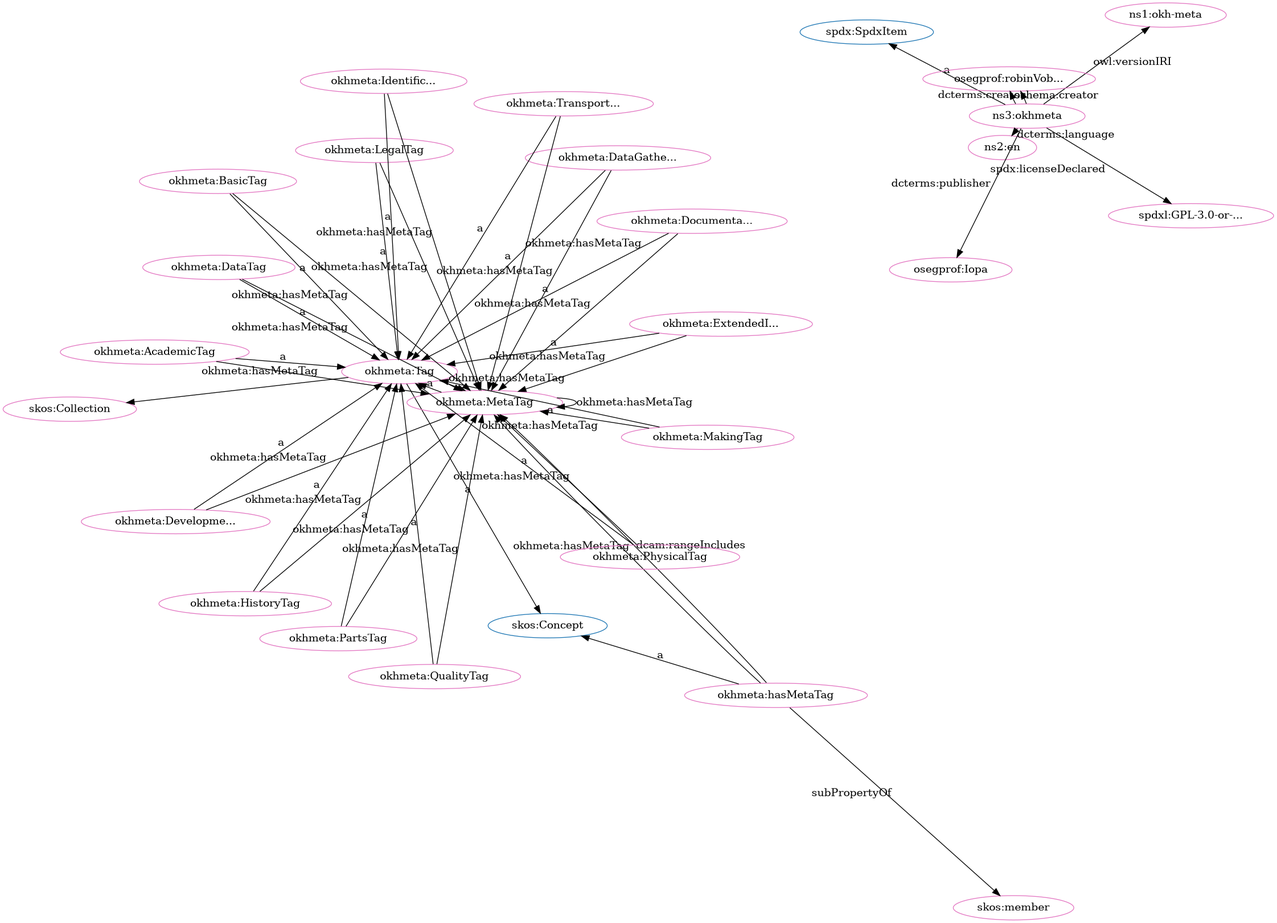
This is src/spec/dot_okh-meta-clean.png from iop-alliance/OpenKnowHow, a Graphviz export, as it was before one commit. Its source is kept beside it as src/spec/dot_okh-meta-clean.dot.
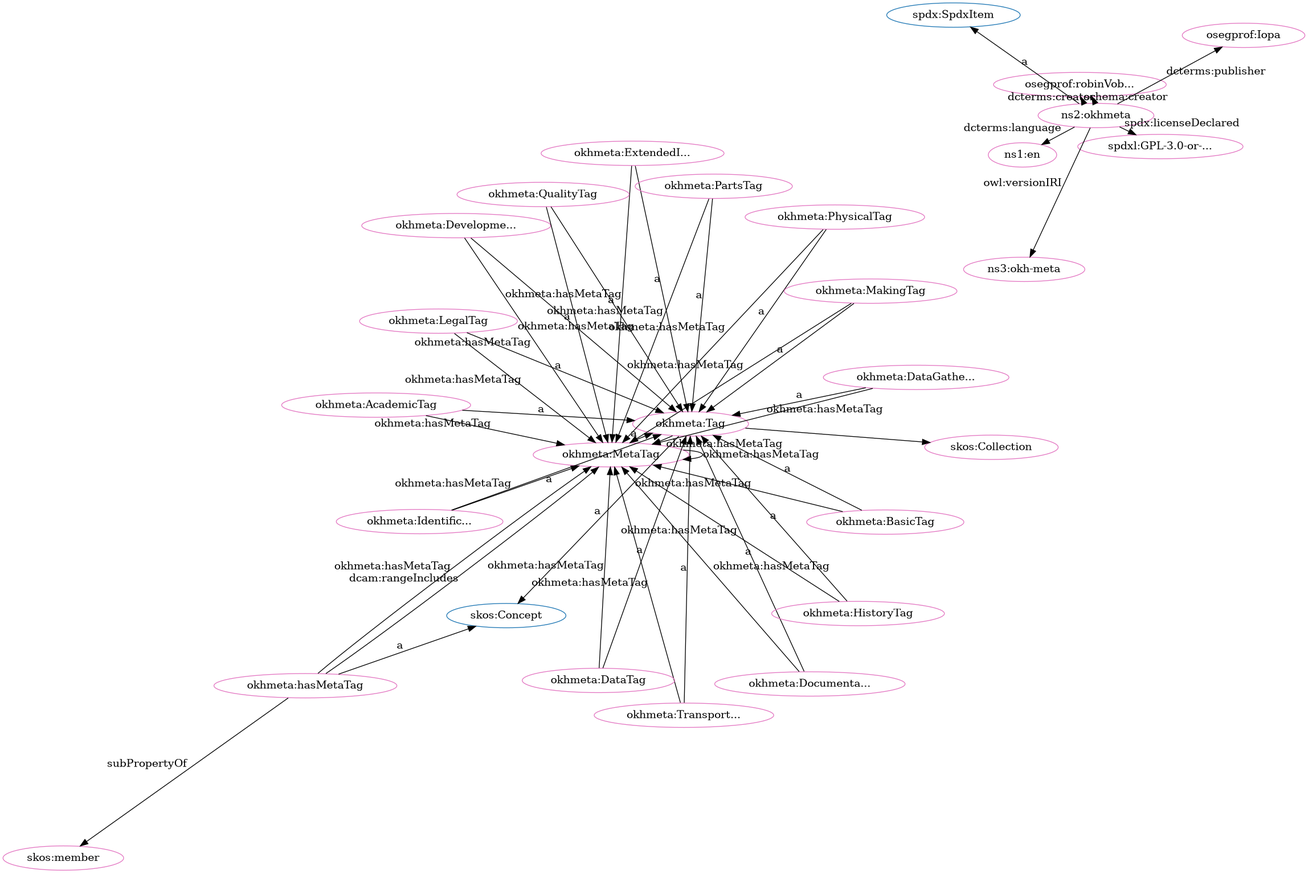
The same file after the commit.

What changed in the source:
```diff
@@ -1,80 +1,80 @@
 digraph G {
   rankdir=BT
   node[height=.3]
+"http://www.w3.org/2004/02/skos/core#Concept" [fillcolor="#1f77b4" color="#1f77b4" label="skos:Concept"]
 "http://www.w3.org/2004/02/skos/core#Collection" [fillcolor="#1f77b4" color="#1f77b4" label="skos:Collection"]
+"http://w3id.org/oseg/ont/okhmeta#Tag" [fillcolor="#1f77b4" color="#1f77b4" label="okhmeta:Tag"]
 "http://spdx.org/rdf/terms#SpdxItem" [fillcolor="#1f77b4" color="#1f77b4" label="spdx:SpdxItem"]
-"http://w3id.org/oseg/ont/okhmeta#Tag" [fillcolor="#1f77b4" color="#1f77b4" label="okhmeta:Tag"]
-"http://www.w3.org/2004/02/skos/core#Concept" [fillcolor="#1f77b4" color="#1f77b4" label="skos:Concept"]
+"http://spdx.org/licenses/GPL-3.0-or-later" [fillcolor="#e377c2" color="#e377c2" label="spdxl:GPL-3.0-or-..."]
 "http://w3id.org/oseg/ont/okhmeta#MetaTag" [fillcolor="#e377c2" color="#e377c2" label="okhmeta:MetaTag"]
 "http://w3id.org/oseg/ont/okhmeta#hasMetaTag" [fillcolor="#e377c2" color="#e377c2" label="okhmeta:hasMetaTag"]
-"http://w3id.org/oseg/ont/okhmeta#DocumentationTag" [fillcolor="#e377c2" color="#e377c2" label="okhmeta:Documenta..."]
-"http://w3id.org/oseg/ont/okhmeta#HistoryTag" [fillcolor="#e377c2" color="#e377c2" label="okhmeta:HistoryTag"]
-"http://www.w3.org/2004/02/skos/core#member" [fillcolor="#e377c2" color="#e377c2" label="skos:member"]
-"http://w3id.org/oseg/ont/okhmeta#PartsTag" [fillcolor="#e377c2" color="#e377c2" label="okhmeta:PartsTag"]
-"http://w3id.org/oseg/ont/1.1.0/okh-meta" [fillcolor="#e377c2" color="#e377c2" label="ns1:okh-meta"]
+"http://w3id.org/oseg/ont/okhmeta#PhysicalTag" [fillcolor="#e377c2" color="#e377c2" label="okhmeta:PhysicalTag"]
 "http://w3id.org/oseg/ont/okhmeta#LegalTag" [fillcolor="#e377c2" color="#e377c2" label="okhmeta:LegalTag"]
-"http://w3id.org/oseg/ont/okhmeta#MakingTag" [fillcolor="#e377c2" color="#e377c2" label="okhmeta:MakingTag"]
-"http://w3id.org/oseg/ont/okhmeta#BasicTag" [fillcolor="#e377c2" color="#e377c2" label="okhmeta:BasicTag"]
+"http://w3id.org/oseg/ont/okhmeta#TransportationTag" [fillcolor="#e377c2" color="#e377c2" label="okhmeta:Transport..."]
+"http://id.loc.gov/vocabulary/iso639-1/en" [fillcolor="#e377c2" color="#e377c2" label="ns1:en"]
 "http://w3id.org/oseg/ont/okhmeta#Tag" [fillcolor="#e377c2" color="#e377c2" label="okhmeta:Tag"]
-"http://id.loc.gov/vocabulary/iso639-1/en" [fillcolor="#e377c2" color="#e377c2" label="ns2:en"]
-"http://w3id.org/oseg/ont/okhmeta#DataGatheringTag" [fillcolor="#e377c2" color="#e377c2" label="okhmeta:DataGathe..."]
-"http://w3id.org/oseg/ont/okhmeta#TransportationTag" [fillcolor="#e377c2" color="#e377c2" label="okhmeta:Transport..."]
-"http://w3id.org/oseg/ont/okhmeta#IdentificationTag" [fillcolor="#e377c2" color="#e377c2" label="okhmeta:Identific..."]
-"http://w3id.org/oseg/ont/okhmeta#QualityTag" [fillcolor="#e377c2" color="#e377c2" label="okhmeta:QualityTag"]
-"http://w3id.org/oseg/ont/okhmeta" [fillcolor="#e377c2" color="#e377c2" label="ns3:okhmeta"]
-"http://spdx.org/licenses/GPL-3.0-or-later" [fillcolor="#e377c2" color="#e377c2" label="spdxl:GPL-3.0-or-..."]
-"http://w3id.org/oseg/ont/okhmeta#ExtendedInfoTag" [fillcolor="#e377c2" color="#e377c2" label="okhmeta:ExtendedI..."]
-"http://w3id.org/oseg/ont/oseg-profiles#robinVobruba" [fillcolor="#e377c2" color="#e377c2" label="osegprof:robinVob..."]
 "http://w3id.org/oseg/ont/okhmeta#AcademicTag" [fillcolor="#e377c2" color="#e377c2" label="okhmeta:AcademicTag"]
 "http://w3id.org/oseg/ont/okhmeta#DevelopmentTag" [fillcolor="#e377c2" color="#e377c2" label="okhmeta:Developme..."]
+"http://w3id.org/oseg/ont/oseg-profiles#robinVobruba" [fillcolor="#e377c2" color="#e377c2" label="osegprof:robinVob..."]
+"http://www.w3.org/2004/02/skos/core#Collection" [fillcolor="#e377c2" color="#e377c2" label="skos:Collection"]
+"http://w3id.org/oseg/ont/okhmeta#DocumentationTag" [fillcolor="#e377c2" color="#e377c2" label="okhmeta:Documenta..."]
+"http://www.w3.org/2004/02/skos/core#member" [fillcolor="#e377c2" color="#e377c2" label="skos:member"]
+"http://w3id.org/oseg/ont/okhmeta#HistoryTag" [fillcolor="#e377c2" color="#e377c2" label="okhmeta:HistoryTag"]
+"http://w3id.org/oseg/ont/okhmeta" [fillcolor="#e377c2" color="#e377c2" label="ns2:okhmeta"]
+"http://w3id.org/oseg/ont/okhmeta#DataGatheringTag" [fillcolor="#e377c2" color="#e377c2" label="okhmeta:DataGathe..."]
+"http://w3id.org/oseg/ont/okhmeta#BasicTag" [fillcolor="#e377c2" color="#e377c2" label="okhmeta:BasicTag"]
 "http://w3id.org/oseg/ont/oseg-profiles#Iopa" [fillcolor="#e377c2" color="#e377c2" label="osegprof:Iopa"]
+"http://w3id.org/oseg/ont/okhmeta#MakingTag" [fillcolor="#e377c2" color="#e377c2" label="okhmeta:MakingTag"]
 "http://w3id.org/oseg/ont/okhmeta#DataTag" [fillcolor="#e377c2" color="#e377c2" label="okhmeta:DataTag"]
-"http://www.w3.org/2004/02/skos/core#Collection" [fillcolor="#e377c2" color="#e377c2" label="skos:Collection"]
-"http://w3id.org/oseg/ont/okhmeta#PhysicalTag" [fillcolor="#e377c2" color="#e377c2" label="okhmeta:PhysicalTag"]
-  "http://w3id.org/oseg/ont/okhmeta#MetaTag" -> "http://w3id.org/oseg/ont/okhmeta#Tag" [label="a"]
+"http://w3id.org/oseg/ont/okhmeta#ExtendedInfoTag" [fillcolor="#e377c2" color="#e377c2" label="okhmeta:ExtendedI..."]
+"http://w3id.org/oseg/ont/okhmeta#PartsTag" [fillcolor="#e377c2" color="#e377c2" label="okhmeta:PartsTag"]
+"http://w3id.org/oseg/ont/1.1.0/okh-meta" [fillcolor="#e377c2" color="#e377c2" label="ns3:okh-meta"]
+"http://w3id.org/oseg/ont/okhmeta#QualityTag" [fillcolor="#e377c2" color="#e377c2" label="okhmeta:QualityTag"]
+"http://w3id.org/oseg/ont/okhmeta#IdentificationTag" [fillcolor="#e377c2" color="#e377c2" label="okhmeta:Identific..."]
+  "http://w3id.org/oseg/ont/okhmeta" -> "http://spdx.org/licenses/GPL-3.0-or-later" [label="spdx:licenseDeclared"]
+  "http://w3id.org/oseg/ont/okhmeta#BasicTag" -> "http://w3id.org/oseg/ont/okhmeta#MetaTag" [label="okhmeta:hasMetaTag"]
+  "http://w3id.org/oseg/ont/okhmeta#MakingTag" -> "http://w3id.org/oseg/ont/okhmeta#MetaTag" [label="okhmeta:hasMetaTag"]
+  "http://w3id.org/oseg/ont/okhmeta#DataTag" -> "http://w3id.org/oseg/ont/okhmeta#MetaTag" [label="okhmeta:hasMetaTag"]
+  "http://w3id.org/oseg/ont/okhmeta#TransportationTag" -> "http://w3id.org/oseg/ont/okhmeta#Tag" [label="a"]
+  "http://w3id.org/oseg/ont/okhmeta" -> "http://id.loc.gov/vocabulary/iso639-1/en" [label="dcterms:language"]
+  "http://w3id.org/oseg/ont/okhmeta#Tag" -> "http://www.w3.org/2004/02/skos/core#Concept" [label="a"]
   "http://w3id.org/oseg/ont/okhmeta#IdentificationTag" -> "http://w3id.org/oseg/ont/okhmeta#MetaTag" [label="okhmeta:hasMetaTag"]
+  "http://w3id.org/oseg/ont/okhmeta#AcademicTag" -> "http://w3id.org/oseg/ont/okhmeta#Tag" [label="a"]
+  "http://w3id.org/oseg/ont/okhmeta" -> "http://w3id.org/oseg/ont/oseg-profiles#robinVobruba" [label="schema:creator"]
+  "http://w3id.org/oseg/ont/okhmeta#DocumentationTag" -> "http://w3id.org/oseg/ont/okhmeta#Tag" [label="a"]
   "http://w3id.org/oseg/ont/okhmeta#MetaTag" -> "http://w3id.org/oseg/ont/okhmeta#MetaTag" [label="okhmeta:hasMetaTag"]
   "http://w3id.org/oseg/ont/okhmeta#hasMetaTag" -> "http://www.w3.org/2004/02/skos/core#member" [label="subPropertyOf"]
+  "http://w3id.org/oseg/ont/okhmeta" -> "http://spdx.org/rdf/terms#SpdxItem" [label="a"]
+  "http://w3id.org/oseg/ont/okhmeta#DataGatheringTag" -> "http://w3id.org/oseg/ont/okhmeta#Tag" [label="a"]
+  "http://w3id.org/oseg/ont/okhmeta#ExtendedInfoTag" -> "http://w3id.org/oseg/ont/okhmeta#MetaTag" [label="okhmeta:hasMetaTag"]
+  "http://w3id.org/oseg/ont/okhmeta#TransportationTag" -> "http://w3id.org/oseg/ont/okhmeta#MetaTag" [label="okhmeta:hasMetaTag"]
+  "http://w3id.org/oseg/ont/okhmeta" -> "http://w3id.org/oseg/ont/oseg-profiles#robinVobruba" [label="dcterms:creator"]
+  "http://w3id.org/oseg/ont/okhmeta#AcademicTag" -> "http://w3id.org/oseg/ont/okhmeta#MetaTag" [label="okhmeta:hasMetaTag"]
+  "http://w3id.org/oseg/ont/okhmeta" -> "http://w3id.org/oseg/ont/oseg-profiles#Iopa" [label="dcterms:publisher"]
+  "http://w3id.org/oseg/ont/okhmeta#ExtendedInfoTag" -> "http://w3id.org/oseg/ont/okhmeta#Tag" [label="a"]
+  "http://w3id.org/oseg/ont/okhmeta#DocumentationTag" -> "http://w3id.org/oseg/ont/okhmeta#MetaTag" [label="okhmeta:hasMetaTag"]
+  "http://w3id.org/oseg/ont/okhmeta#QualityTag" -> "http://w3id.org/oseg/ont/okhmeta#Tag" [label="a"]
+  "http://w3id.org/oseg/ont/okhmeta#DataGatheringTag" -> "http://w3id.org/oseg/ont/okhmeta#MetaTag" [label="okhmeta:hasMetaTag"]
+  "http://w3id.org/oseg/ont/okhmeta#PhysicalTag" -> "http://w3id.org/oseg/ont/okhmeta#MetaTag" [label="okhmeta:hasMetaTag"]
+  "http://w3id.org/oseg/ont/okhmeta#hasMetaTag" -> "http://www.w3.org/2004/02/skos/core#Concept" [label="a"]
+  "http://w3id.org/oseg/ont/okhmeta#hasMetaTag" -> "http://w3id.org/oseg/ont/okhmeta#MetaTag" [label="okhmeta:hasMetaTag"]
+  "http://w3id.org/oseg/ont/okhmeta#PhysicalTag" -> "http://w3id.org/oseg/ont/okhmeta#Tag" [label="a"]
+  "http://w3id.org/oseg/ont/okhmeta#LegalTag" -> "http://w3id.org/oseg/ont/okhmeta#Tag" [label="a"]
+  "http://w3id.org/oseg/ont/okhmeta#Tag" -> "http://w3id.org/oseg/ont/okhmeta#MetaTag" [label="okhmeta:hasMetaTag"]
+  "http://w3id.org/oseg/ont/okhmeta#QualityTag" -> "http://w3id.org/oseg/ont/okhmeta#MetaTag" [label="okhmeta:hasMetaTag"]
+  "http://w3id.org/oseg/ont/okhmeta#hasMetaTag" -> "http://w3id.org/oseg/ont/okhmeta#MetaTag" [label="dcam:rangeIncludes"]
+  "http://w3id.org/oseg/ont/okhmeta#DevelopmentTag" -> "http://w3id.org/oseg/ont/okhmeta#Tag" [label="a"]
+  "http://w3id.org/oseg/ont/okhmeta#Tag" -> "http://www.w3.org/2004/02/skos/core#Collection" [label=""]
+  "http://w3id.org/oseg/ont/okhmeta#HistoryTag" -> "http://w3id.org/oseg/ont/okhmeta#Tag" [label="a"]
+  "http://w3id.org/oseg/ont/okhmeta#BasicTag" -> "http://w3id.org/oseg/ont/okhmeta#Tag" [label="a"]
+  "http://w3id.org/oseg/ont/okhmeta#LegalTag" -> "http://w3id.org/oseg/ont/okhmeta#MetaTag" [label="okhmeta:hasMetaTag"]
+  "http://w3id.org/oseg/ont/okhmeta#PartsTag" -> "http://w3id.org/oseg/ont/okhmeta#MetaTag" [label="okhmeta:hasMetaTag"]
+  "http://w3id.org/oseg/ont/okhmeta#MetaTag" -> "http://w3id.org/oseg/ont/okhmeta#Tag" [label="a"]
+  "http://w3id.org/oseg/ont/okhmeta#MakingTag" -> "http://w3id.org/oseg/ont/okhmeta#Tag" [label="a"]
+  "http://w3id.org/oseg/ont/okhmeta#DataTag" -> "http://w3id.org/oseg/ont/okhmeta#Tag" [label="a"]
   "http://w3id.org/oseg/ont/okhmeta#PartsTag" -> "http://w3id.org/oseg/ont/okhmeta#Tag" [label="a"]
+  "http://w3id.org/oseg/ont/okhmeta#DevelopmentTag" -> "http://w3id.org/oseg/ont/okhmeta#MetaTag" [label="okhmeta:hasMetaTag"]
   "http://w3id.org/oseg/ont/okhmeta" -> "http://w3id.org/oseg/ont/1.1.0/okh-meta" [label="owl:versionIRI"]
-  "http://w3id.org/oseg/ont/okhmeta#LegalTag" -> "http://w3id.org/oseg/ont/okhmeta#Tag" [label="a"]
-  "http://w3id.org/oseg/ont/okhmeta#LegalTag" -> "http://w3id.org/oseg/ont/okhmeta#MetaTag" [label="okhmeta:hasMetaTag"]
-  "http://w3id.org/oseg/ont/okhmeta#DevelopmentTag" -> "http://w3id.org/oseg/ont/okhmeta#MetaTag" [label="okhmeta:hasMetaTag"]
-  "http://w3id.org/oseg/ont/okhmeta#MakingTag" -> "http://w3id.org/oseg/ont/okhmeta#Tag" [label="a"]
-  "http://w3id.org/oseg/ont/okhmeta#Tag" -> "http://www.w3.org/2004/02/skos/core#Concept" [label="a"]
-  "http://w3id.org/oseg/ont/okhmeta" -> "http://id.loc.gov/vocabulary/iso639-1/en" [label="dcterms:language"]
+  "http://w3id.org/oseg/ont/okhmeta#HistoryTag" -> "http://w3id.org/oseg/ont/okhmeta#MetaTag" [label="okhmeta:hasMetaTag"]
   "http://w3id.org/oseg/ont/okhmeta#IdentificationTag" -> "http://w3id.org/oseg/ont/okhmeta#Tag" [label="a"]
-  "http://w3id.org/oseg/ont/okhmeta#QualityTag" -> "http://w3id.org/oseg/ont/okhmeta#Tag" [label="a"]
-  "http://w3id.org/oseg/ont/okhmeta" -> "http://spdx.org/licenses/GPL-3.0-or-later" [label="spdx:licenseDeclared"]
-  "http://w3id.org/oseg/ont/okhmeta#ExtendedInfoTag" -> "http://w3id.org/oseg/ont/okhmeta#Tag" [label="a"]
-  "http://w3id.org/oseg/ont/okhmeta#ExtendedInfoTag" -> "http://w3id.org/oseg/ont/okhmeta#MetaTag" [label="okhmeta:hasMetaTag"]
-  "http://w3id.org/oseg/ont/okhmeta" -> "http://w3id.org/oseg/ont/oseg-profiles#robinVobruba" [label="schema:creator"]
-  "http://w3id.org/oseg/ont/okhmeta#DocumentationTag" -> "http://w3id.org/oseg/ont/okhmeta#MetaTag" [label="okhmeta:hasMetaTag"]
-  "http://w3id.org/oseg/ont/okhmeta#HistoryTag" -> "http://w3id.org/oseg/ont/okhmeta#MetaTag" [label="okhmeta:hasMetaTag"]
-  "http://w3id.org/oseg/ont/okhmeta#DevelopmentTag" -> "http://w3id.org/oseg/ont/okhmeta#Tag" [label="a"]
-  "http://w3id.org/oseg/ont/okhmeta#MakingTag" -> "http://w3id.org/oseg/ont/okhmeta#MetaTag" [label="okhmeta:hasMetaTag"]
-  "http://w3id.org/oseg/ont/okhmeta#BasicTag" -> "http://w3id.org/oseg/ont/okhmeta#MetaTag" [label="okhmeta:hasMetaTag"]
-  "http://w3id.org/oseg/ont/okhmeta#DataGatheringTag" -> "http://w3id.org/oseg/ont/okhmeta#MetaTag" [label="okhmeta:hasMetaTag"]
-  "http://w3id.org/oseg/ont/okhmeta#hasMetaTag" -> "http://www.w3.org/2004/02/skos/core#Concept" [label="a"]
-  "http://w3id.org/oseg/ont/okhmeta#DocumentationTag" -> "http://w3id.org/oseg/ont/okhmeta#Tag" [label="a"]
-  "http://w3id.org/oseg/ont/okhmeta#HistoryTag" -> "http://w3id.org/oseg/ont/okhmeta#Tag" [label="a"]
-  "http://w3id.org/oseg/ont/okhmeta#DataTag" -> "http://w3id.org/oseg/ont/okhmeta#MetaTag" [label="okhmeta:hasMetaTag"]
-  "http://w3id.org/oseg/ont/okhmeta#Tag" -> "http://w3id.org/oseg/ont/okhmeta#MetaTag" [label="okhmeta:hasMetaTag"]
-  "http://w3id.org/oseg/ont/okhmeta#BasicTag" -> "http://w3id.org/oseg/ont/okhmeta#Tag" [label="a"]
-  "http://w3id.org/oseg/ont/okhmeta#TransportationTag" -> "http://w3id.org/oseg/ont/okhmeta#Tag" [label="a"]
-  "http://w3id.org/oseg/ont/okhmeta#DataGatheringTag" -> "http://w3id.org/oseg/ont/okhmeta#Tag" [label="a"]
-  "http://w3id.org/oseg/ont/okhmeta#TransportationTag" -> "http://w3id.org/oseg/ont/okhmeta#MetaTag" [label="okhmeta:hasMetaTag"]
-  "http://w3id.org/oseg/ont/okhmeta#PhysicalTag" -> "http://w3id.org/oseg/ont/okhmeta#MetaTag" [label="okhmeta:hasMetaTag"]
-  "http://w3id.org/oseg/ont/okhmeta#QualityTag" -> "http://w3id.org/oseg/ont/okhmeta#MetaTag" [label="okhmeta:hasMetaTag"]
-  "http://w3id.org/oseg/ont/okhmeta" -> "http://w3id.org/oseg/ont/oseg-profiles#robinVobruba" [label="dcterms:creator"]
-  "http://w3id.org/oseg/ont/okhmeta#AcademicTag" -> "http://w3id.org/oseg/ont/okhmeta#Tag" [label="a"]
-  "http://w3id.org/oseg/ont/okhmeta#AcademicTag" -> "http://w3id.org/oseg/ont/okhmeta#MetaTag" [label="okhmeta:hasMetaTag"]
-  "http://w3id.org/oseg/ont/okhmeta#PartsTag" -> "http://w3id.org/oseg/ont/okhmeta#MetaTag" [label="okhmeta:hasMetaTag"]
-  "http://w3id.org/oseg/ont/okhmeta" -> "http://w3id.org/oseg/ont/oseg-profiles#Iopa" [label="dcterms:publisher"]
-  "http://w3id.org/oseg/ont/okhmeta#DataTag" -> "http://w3id.org/oseg/ont/okhmeta#Tag" [label="a"]
-  "http://w3id.org/oseg/ont/okhmeta#hasMetaTag" -> "http://w3id.org/oseg/ont/okhmeta#MetaTag" [label="okhmeta:hasMetaTag"]
-  "http://w3id.org/oseg/ont/okhmeta#Tag" -> "http://www.w3.org/2004/02/skos/core#Collection" [label=""]
-  "http://w3id.org/oseg/ont/okhmeta#PhysicalTag" -> "http://w3id.org/oseg/ont/okhmeta#Tag" [label="a"]
-  "http://w3id.org/oseg/ont/okhmeta#hasMetaTag" -> "http://w3id.org/oseg/ont/okhmeta#MetaTag" [label="dcam:rangeIncludes"]
-  "http://w3id.org/oseg/ont/okhmeta" -> "http://spdx.org/rdf/terms#SpdxItem" [label="a"]
 }
```
